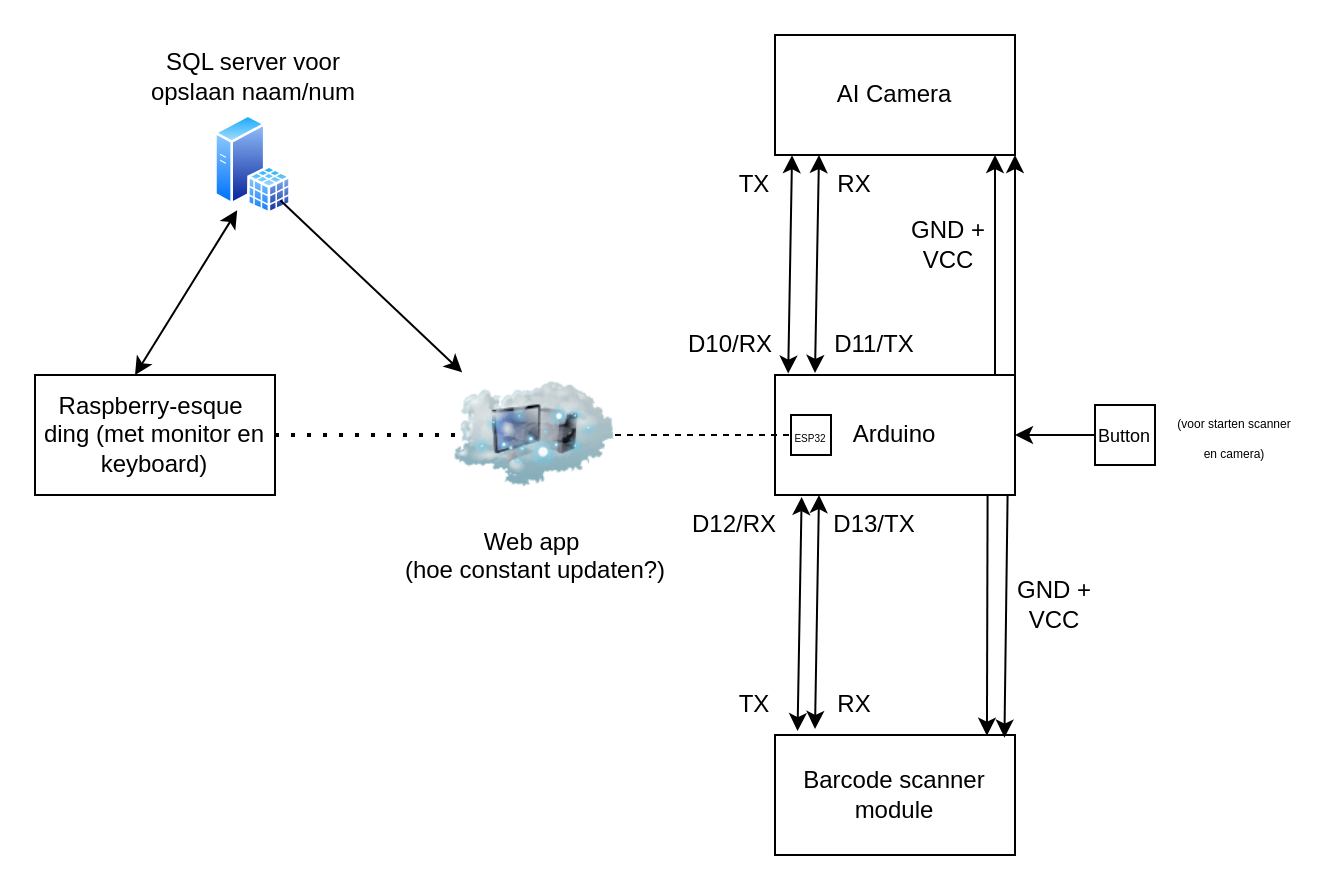
Above: Arduino Project.drawio in space-vis/draw.io (draw.io), before the change. Source tidied: cells renumbered, new cells numbered last; positions are measured from the earlier drawing's top-left corner, leaving out a move shared by most shapes. Both pictures are drawn from the tidied source at 200%, with x=0, y=0 at pixel (34, 34).
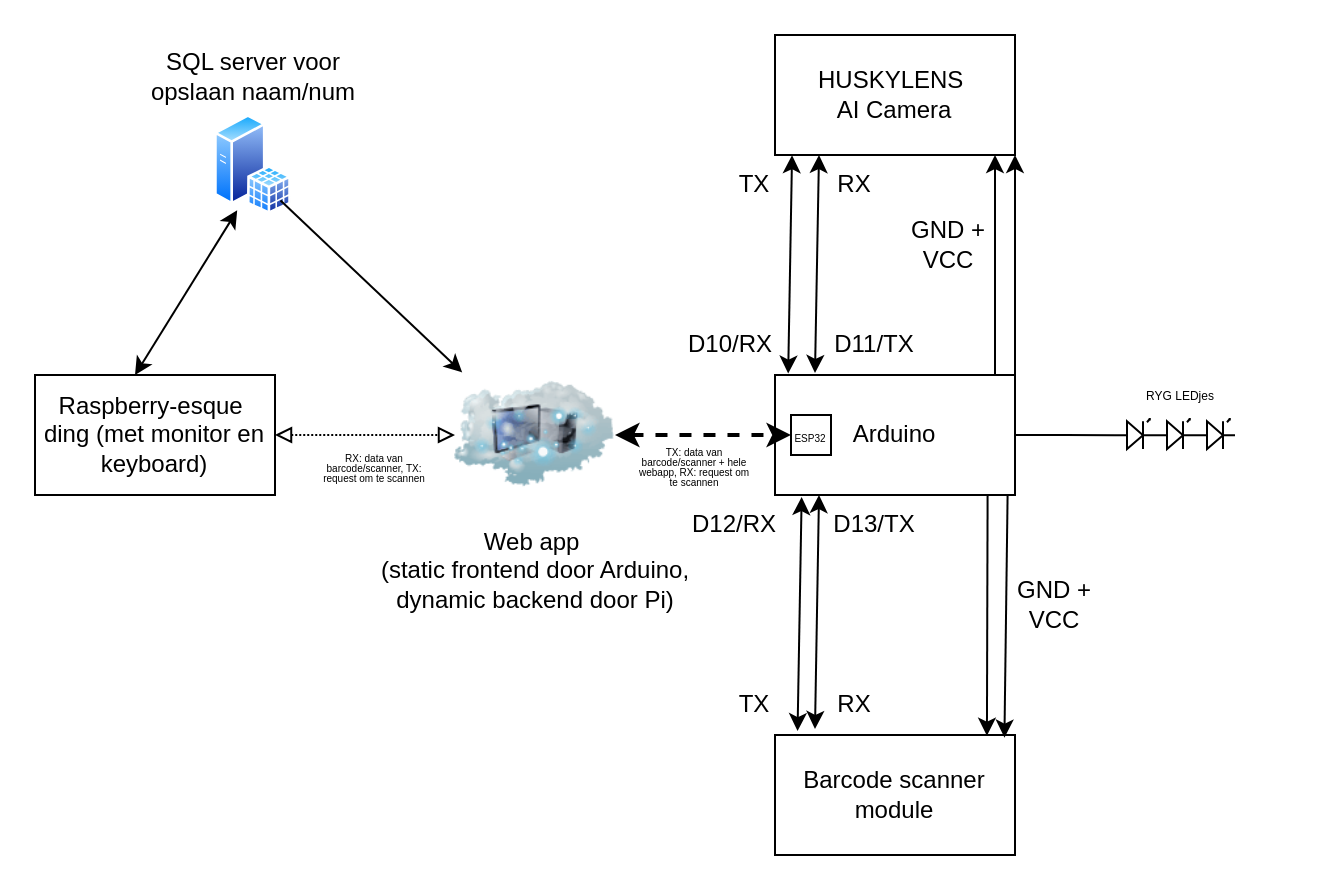
The same diagram, later.

The change refers to these unchanged cells:
```xml
<mxCell id="2" value="Arduino" style="rounded=0;whiteSpace=wrap;html=1;" parent="1" vertex="1">
  <mxGeometry x="370" y="170" width="120" height="60" as="geometry" />
</mxCell>
<mxCell id="23" value="&lt;div align=&quot;center&quot;&gt;&lt;font style=&quot;font-size: 5px;&quot;&gt;ESP32&lt;/font&gt;&lt;/div&gt;" style="rounded=0;whiteSpace=wrap;html=1;align=center;" parent="1" vertex="1">
  <mxGeometry x="378" y="190" width="20" height="20" as="geometry" />
</mxCell>
<mxCell id="27" value="Raspberry-esque&amp;nbsp; ding (met monitor en keyboard)" style="rounded=0;whiteSpace=wrap;html=1;" parent="1" vertex="1">
  <mxGeometry y="170" width="120" height="60" as="geometry" />
</mxCell>
```

What changed in the source:
```diff
@@
-    <mxCell id="3" value="AI Camera" style="rounded=0;whiteSpace=wrap;html=1;" parent="1" vertex="1">
+    <mxCell id="3" value="&lt;div&gt;HUSKYLENS&amp;nbsp;&lt;/div&gt;&lt;div&gt;AI Camera&lt;/div&gt;" style="rounded=0;whiteSpace=wrap;html=1;" parent="1" vertex="1">
       <mxGeometry x="370" width="120" height="60" as="geometry" />
     </mxCell>
@@
-    <mxCell id="24" style="endArrow=none;dashed=1;html=1;rounded=0;entryX=0;entryY=0.5;entryDx=0;entryDy=0;exitX=1;exitY=0.5;exitDx=0;exitDy=0;" parent="1" edge="1" source="25" target="23">
+    <mxCell id="24" style="endArrow=classic;dashed=1;html=1;rounded=0;entryX=0;entryY=0.5;entryDx=0;entryDy=0;exitX=1;exitY=0.5;exitDx=0;exitDy=0;strokeWidth=2;startArrow=classic;startFill=1;endFill=1;" parent="1" edge="1" source="25" target="23">
       <mxGeometry relative="1" as="geometry" />
     </mxCell>
-    <mxCell id="25" value="&lt;div&gt;Web app&amp;nbsp;&lt;/div&gt;&lt;div&gt;(hoe constant updaten?)&lt;/div&gt;" style="image;html=1;image=img/lib/clip_art/networking/Cloud_Computer_128x128.png;" parent="1" vertex="1">
+    <mxCell id="25" value="&lt;div&gt;Web app&amp;nbsp;&lt;/div&gt;&lt;div&gt;(static frontend door Arduino,&lt;/div&gt;&lt;div&gt;dynamic backend door Pi)&lt;/div&gt;" style="image;html=1;image=img/lib/clip_art/networking/Cloud_Computer_128x128.png;" parent="1" vertex="1">
       <mxGeometry x="210" y="160" width="80" height="80" as="geometry" />
     </mxCell>
-    <mxCell id="26" style="endArrow=none;dashed=1;html=1;dashPattern=1 3;strokeWidth=2;rounded=0;entryX=0;entryY=0.5;entryDx=0;entryDy=0;exitX=1;exitY=0.5;exitDx=0;exitDy=0;" parent="1" edge="1" source="27" target="25">
+    <mxCell id="26" style="endArrow=block;dashed=1;html=1;dashPattern=1 1;strokeWidth=1;rounded=0;entryX=0;entryY=0.5;entryDx=0;entryDy=0;exitX=1;exitY=0.5;exitDx=0;exitDy=0;endFill=0;startArrow=block;startFill=0;" parent="1" edge="1" source="27" target="25">
       <mxGeometry relative="1" as="geometry" />
     </mxCell>
@@
-    <mxCell id="28" style="edgeStyle=orthogonalEdgeStyle;rounded=0;jettySize=auto;html=1;exitX=0;exitY=0.5;exitDx=0;exitDy=0;entryX=1;entryY=0.5;entryDx=0;entryDy=0;" parent="1" edge="1" source="29" target="2">
-      <mxGeometry relative="1" as="geometry" />
-    </mxCell>
-    <mxCell id="29" value="&lt;font style=&quot;font-size: 9px;&quot;&gt;Button&lt;/font&gt;" style="rounded=0;whiteSpace=wrap;html=1;" parent="1" vertex="1">
-      <mxGeometry x="530" y="185" width="30" height="30" as="geometry" />
-    </mxCell>
-    <mxCell id="30" value="&lt;font style=&quot;font-size: 6px;&quot;&gt;(voor starten scanner en camera)&lt;/font&gt;" style="text;html=1;whiteSpace=wrap;strokeColor=none;fillColor=none;align=center;verticalAlign=middle;rounded=0;" parent="1" vertex="1">
-      <mxGeometry x="570" y="185" width="60" height="30" as="geometry" />
-    </mxCell>
@@
+    <mxCell id="35" value="&lt;div style=&quot;line-height: 40%;&quot;&gt;&lt;div&gt;&lt;font style=&quot;font-size: 5px; line-height: 40%;&quot;&gt;RX: data van barcode/scanner, TX: request om te scannen&lt;/font&gt;&lt;/div&gt;&lt;/div&gt;" style="text;html=1;whiteSpace=wrap;strokeColor=none;fillColor=none;align=center;verticalAlign=middle;rounded=0;" parent="1" vertex="1">
+      <mxGeometry x="140" y="200" width="60" height="30" as="geometry" />
+    </mxCell>
+    <mxCell id="36" value="&lt;div style=&quot;line-height: 40%;&quot;&gt;&lt;div&gt;&lt;font style=&quot;font-size: 5px; line-height: 40%;&quot;&gt;TX: data van barcode/scanner + hele webapp, RX: request om te scannen&lt;/font&gt;&lt;/div&gt;&lt;/div&gt;" style="text;html=1;whiteSpace=wrap;strokeColor=none;fillColor=none;align=center;verticalAlign=middle;rounded=0;" parent="1" vertex="1">
+      <mxGeometry x="300" y="200" width="60" height="30" as="geometry" />
+    </mxCell>
+    <mxCell id="37" style="verticalLabelPosition=bottom;shadow=0;dashed=0;align=center;html=1;verticalAlign=top;shape=mxgraph.electrical.opto_electronics.led_1;" parent="1" vertex="1">
+      <mxGeometry x="540" y="192" width="20" height="15" as="geometry" />
+    </mxCell>
+    <mxCell id="38" style="edgeStyle=orthogonalEdgeStyle;rounded=0;jettySize=auto;html=1;exitX=1;exitY=0.5;exitDx=0;exitDy=0;entryX=0;entryY=0.54;entryDx=0;entryDy=0;entryPerimeter=0;endArrow=none;endFill=0;" parent="1" edge="1" source="2" target="37">
+      <mxGeometry relative="1" as="geometry" />
+    </mxCell>
+    <mxCell id="39" style="verticalLabelPosition=bottom;shadow=0;dashed=0;align=center;html=1;verticalAlign=top;shape=mxgraph.electrical.opto_electronics.led_1;" parent="1" vertex="1">
+      <mxGeometry x="560" y="192" width="20" height="15" as="geometry" />
+    </mxCell>
+    <mxCell id="40" style="verticalLabelPosition=bottom;shadow=0;dashed=0;align=center;html=1;verticalAlign=top;shape=mxgraph.electrical.opto_electronics.led_1;" parent="1" vertex="1">
+      <mxGeometry x="580" y="192" width="20" height="15" as="geometry" />
+    </mxCell>
+    <mxCell id="41" value="&lt;font style=&quot;font-size: 6px;&quot;&gt;RYG LEDjes&lt;/font&gt;" style="text;html=1;whiteSpace=wrap;strokeColor=none;fillColor=none;align=center;verticalAlign=middle;rounded=0;" parent="1" vertex="1">
+      <mxGeometry x="543" y="164" width="60" height="30" as="geometry" />
+    </mxCell>
```
